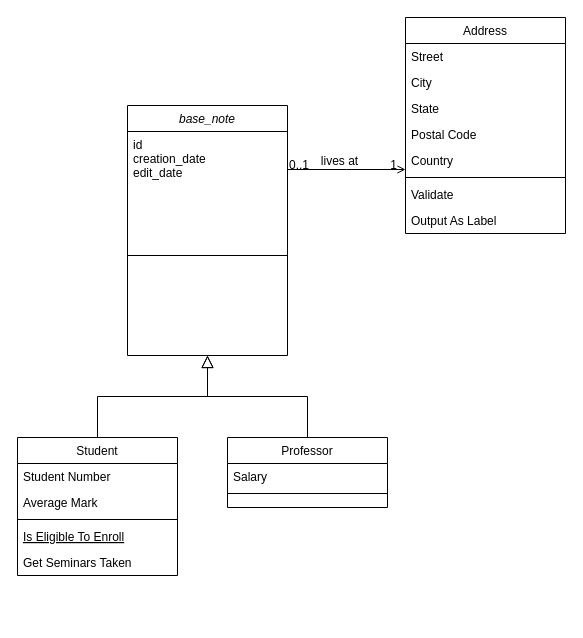
Earlier version of the draw.io diagram Unbenanntes Diagramm.drawio (jaltgen/obsidian-meeting-workflow). Source tidied: cells renumbered, new cells numbered last; positions are measured from the earlier drawing's top-left corner, leaving out a move shared by most shapes. Both pictures are drawn from the tidied source at 100%, with x=0, y=0 at pixel (17, 17).
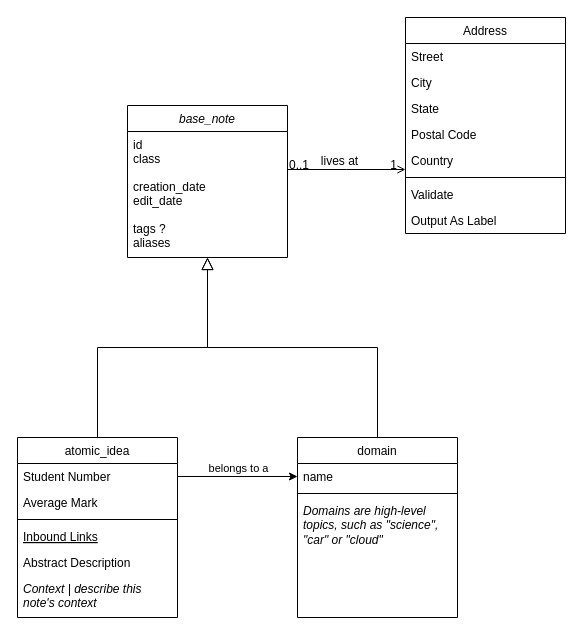
Above is the later version.

Unchanged cells that the change refers to:
```xml
<mxCell id="5" value="Student Number" style="text;align=left;verticalAlign=top;spacingLeft=4;spacingRight=4;overflow=hidden;points=[[0,0.5],[1,0.5]];portConstraint=eastwest;" parent="4" vertex="1">
  <mxGeometry y="26" width="160" height="26" as="geometry" />
</mxCell>
```

What changed in the source:
```diff
@@
     <mxCell id="2" value="base_note" style="swimlane;fontStyle=2;align=center;verticalAlign=top;horizontal=1;startSize=26;rounded=0;shadow=0;strokeWidth=1;" parent="1" vertex="1">
-      <mxGeometry x="110" y="88" width="160" height="250" as="geometry" />
+      <mxGeometry x="110" y="88" width="160" height="152" as="geometry" />
     </mxCell>
-    <mxCell id="3" value="id&#10;creation_date&#10;edit_date&#10;" style="text;align=left;verticalAlign=top;spacingLeft=4;spacingRight=4;overflow=hidden;strokeColor=default;" parent="2" vertex="1">
+    <mxCell id="3" value="id&#10;class&#10;&#10;creation_date&#10;edit_date&#10;&#10;tags ?&#10;aliases&#10;" style="text;align=left;verticalAlign=top;spacingLeft=4;spacingRight=4;overflow=hidden;strokeColor=none;" parent="2" vertex="1">
       <mxGeometry y="26" width="160" height="124" as="geometry" />
     </mxCell>
-    <mxCell id="4" value="Student" style="swimlane;fontStyle=0;align=center;verticalAlign=top;horizontal=1;startSize=26;rounded=0;shadow=0;strokeWidth=1;" parent="1" vertex="1">
-      <mxGeometry y="420" width="160" height="138" as="geometry" />
+    <mxCell id="4" value="atomic_idea" style="swimlane;fontStyle=0;align=center;verticalAlign=top;horizontal=1;startSize=26;rounded=0;shadow=0;strokeWidth=1;" parent="1" vertex="1">
+      <mxGeometry y="420" width="160" height="180" as="geometry" />
     </mxCell>
@@
-    <mxCell id="8" value="Is Eligible To Enroll" style="text;align=left;verticalAlign=top;spacingLeft=4;spacingRight=4;overflow=hidden;fontStyle=4;" parent="4" vertex="1">
+    <mxCell id="8" value="Inbound Links" style="text;align=left;verticalAlign=top;spacingLeft=4;spacingRight=4;overflow=hidden;fontStyle=4;" parent="4" vertex="1">
       <mxGeometry y="86" width="160" height="26" as="geometry" />
     </mxCell>
-    <mxCell id="9" value="Get Seminars Taken" style="text;align=left;verticalAlign=top;spacingLeft=4;spacingRight=4;overflow=hidden;" parent="4" vertex="1">
+    <mxCell id="9" value="Abstract Description" style="text;align=left;verticalAlign=top;spacingLeft=4;spacingRight=4;overflow=hidden;" parent="4" vertex="1">
       <mxGeometry y="112" width="160" height="26" as="geometry" />
     </mxCell>
+    <mxCell id="28" value="Context | describe this note's context" style="text;align=left;verticalAlign=top;spacingLeft=4;spacingRight=4;overflow=hidden;fontStyle=2;whiteSpace=wrap;" parent="4" vertex="1">
+      <mxGeometry y="138" width="160" height="42" as="geometry" />
+    </mxCell>
@@
-    <mxCell id="11" value="Professor" style="swimlane;fontStyle=0;align=center;verticalAlign=top;horizontal=1;startSize=26;rounded=0;shadow=0;strokeWidth=1;" parent="1" vertex="1">
-      <mxGeometry x="210" y="420" width="160" height="70" as="geometry" />
+    <mxCell id="11" value="domain" style="swimlane;fontStyle=0;align=center;verticalAlign=top;horizontal=1;startSize=26;rounded=0;shadow=0;strokeWidth=1;" parent="1" vertex="1">
+      <mxGeometry x="280" y="420" width="160" height="180" as="geometry" />
     </mxCell>
-    <mxCell id="12" value="Salary" style="text;align=left;verticalAlign=top;spacingLeft=4;spacingRight=4;overflow=hidden;points=[[0,0.5],[1,0.5]];portConstraint=eastwest;" parent="11" vertex="1">
+    <mxCell id="12" value="name" style="text;align=left;verticalAlign=top;spacingLeft=4;spacingRight=4;overflow=hidden;points=[[0,0.5],[1,0.5]];portConstraint=eastwest;" parent="11" vertex="1">
       <mxGeometry y="26" width="160" height="26" as="geometry" />
     </mxCell>
@@
+    <mxCell id="29" value="Domains are high-level topics, such as &quot;science&quot;, &quot;car&quot; or &quot;cloud&quot;&#10;" style="text;align=left;verticalAlign=top;spacingLeft=4;spacingRight=4;overflow=hidden;fontStyle=2;whiteSpace=wrap;" parent="11" vertex="1">
+      <mxGeometry y="60" width="160" height="60" as="geometry" />
+    </mxCell>
@@
+    <mxCell id="30" style="edgeStyle=orthogonalEdgeStyle;rounded=0;jettySize=auto;html=1;exitX=1;exitY=0.5;exitDx=0;exitDy=0;entryX=0;entryY=0.5;entryDx=0;entryDy=0;" parent="1" edge="1" source="5" target="12">
+      <mxGeometry relative="1" as="geometry" />
+    </mxCell>
+    <mxCell id="31" value="belongs to a" style="edgeLabel;html=1;align=center;verticalAlign=middle;" parent="30" vertex="1">
+      <mxGeometry x="-0.23" relative="1" as="geometry">
+        <mxPoint x="14" y="-9" as="offset" />
+      </mxGeometry>
+    </mxCell>
```
